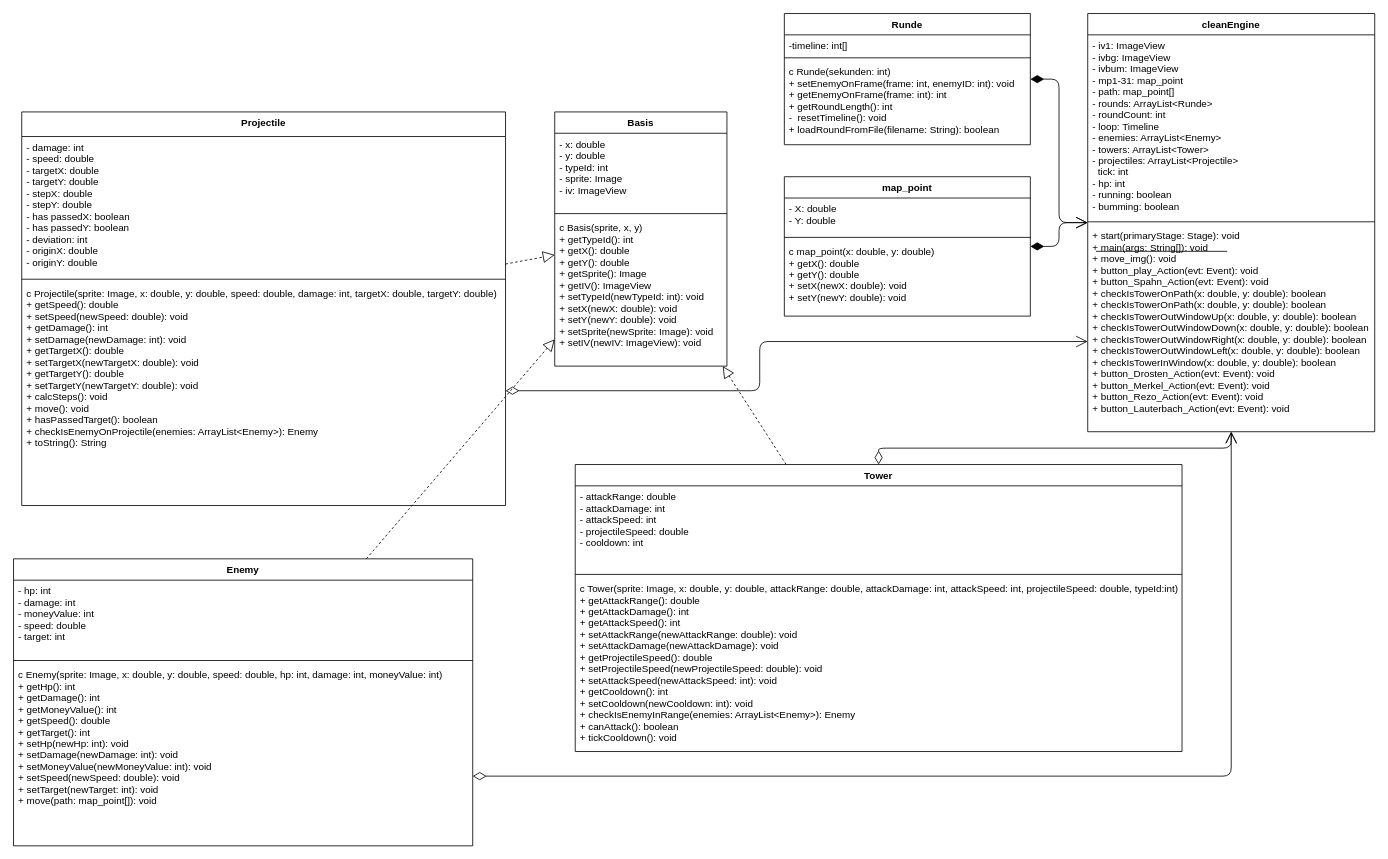
Before: CovDefense.drawio in 0815Sailsman/CovDefense, a draw.io diagram. Source tidied: cells renumbered, new cells numbered last; positions are measured from the earlier drawing's top-left corner, leaving out a move shared by most shapes. Both pictures are drawn from the tidied source at 82%, with x=0, y=0 at pixel (13, 13).
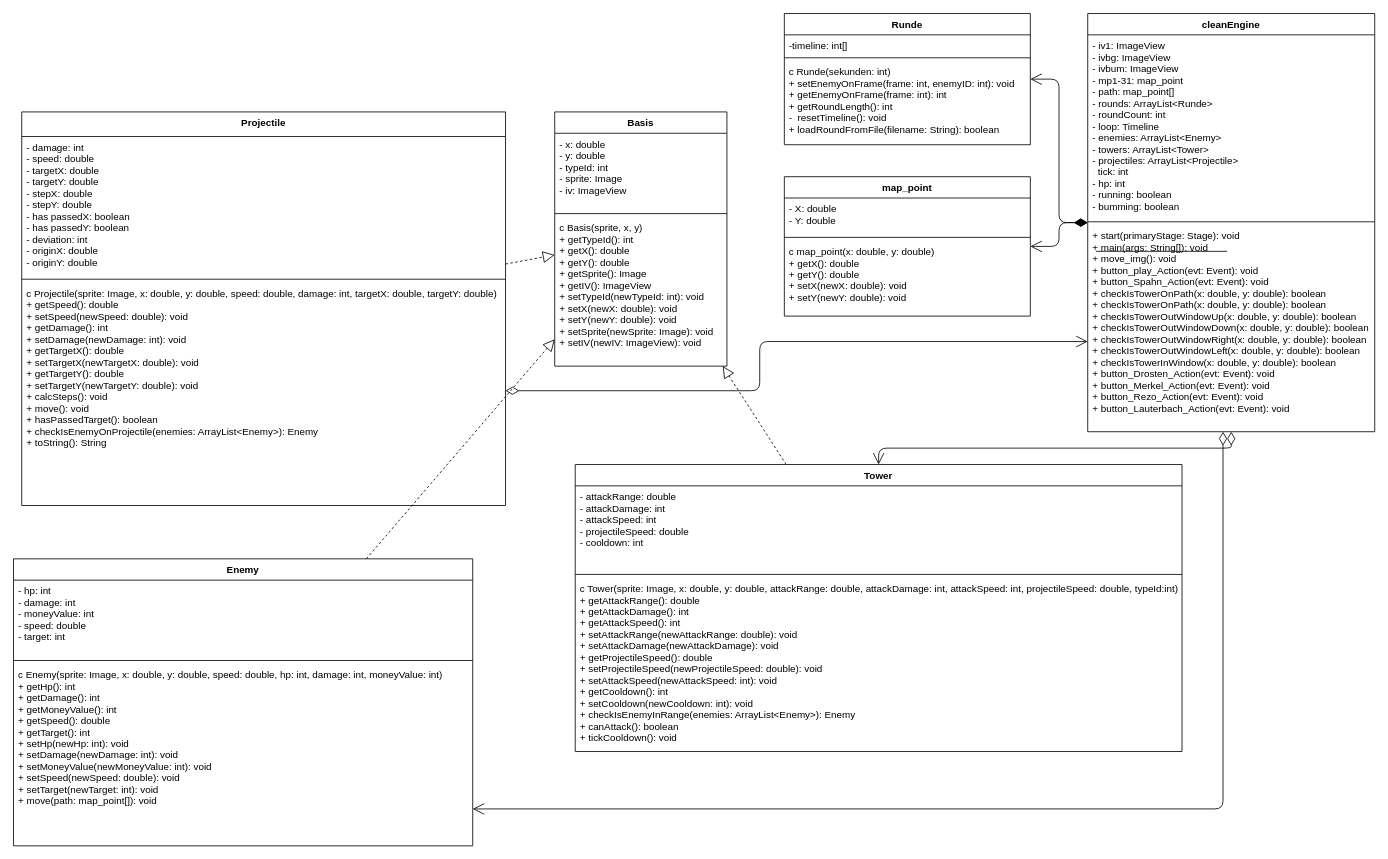
The same diagram, later.

Commit message (it also covers changes not shown here):
umgedrehte pfeile

Unchanged cells that the change refers to:
```xml
<mxCell id="6" value="cleanEngine" style="swimlane;fontStyle=1;align=center;verticalAlign=top;horizontal=1;startSize=26;" parent="1" vertex="1">
  <mxGeometry x="1310" width="350" height="510" as="geometry" />
</mxCell>
<mxCell id="11" value="Tower" style="swimlane;fontStyle=1;align=center;verticalAlign=top;horizontal=1;startSize=26;" parent="1" vertex="1">
  <mxGeometry x="685" y="550" width="740" height="350" as="geometry" />
</mxCell>
<mxCell id="16" value="Enemy" style="swimlane;fontStyle=1;align=center;verticalAlign=top;horizontal=1;startSize=26;" parent="1" vertex="1">
  <mxGeometry y="665" width="560" height="350" as="geometry" />
</mxCell>
<mxCell id="26" value="Runde" style="swimlane;fontStyle=1;align=center;verticalAlign=top;horizontal=1;startSize=26;" parent="1" vertex="1">
  <mxGeometry x="940" width="300" height="160" as="geometry" />
</mxCell>
<mxCell id="30" value="map_point" style="swimlane;fontStyle=1;align=center;verticalAlign=top;horizontal=1;startSize=26;" parent="1" vertex="1">
  <mxGeometry x="940" y="199" width="300" height="170" as="geometry" />
</mxCell>
```

The edit, as a diff of the source:
```diff
@@
-    <mxCell id="35" style="endArrow=open;html=1;endSize=12;startArrow=diamondThin;startSize=14;startFill=0;edgeStyle=orthogonalEdgeStyle;align=left;verticalAlign=bottom;" parent="1" edge="1" source="16" target="6">
+    <mxCell id="35" style="endArrow=open;html=1;endSize=12;startArrow=diamondThin;startSize=14;startFill=0;edgeStyle=orthogonalEdgeStyle;align=left;verticalAlign=bottom;" parent="1" edge="1" source="6" target="16">
       <mxGeometry x="-1" y="3" relative="1" as="geometry">
         <Array as="points">
-          <mxPoint x="1485" y="930" />
+          <mxPoint x="1475" y="970" />
         </Array>
       </mxGeometry>
     </mxCell>
-    <mxCell id="36" style="endArrow=open;html=1;endSize=12;startArrow=diamondThin;startSize=14;startFill=0;edgeStyle=orthogonalEdgeStyle;align=left;verticalAlign=bottom;" parent="1" edge="1" source="11" target="6">
+    <mxCell id="36" style="endArrow=open;html=1;endSize=12;startArrow=diamondThin;startSize=14;startFill=0;edgeStyle=orthogonalEdgeStyle;align=left;verticalAlign=bottom;" parent="1" edge="1" source="6" target="11">
       <mxGeometry x="-1" y="3" relative="1" as="geometry" />
     </mxCell>
-    <mxCell id="37" style="endArrow=open;html=1;endSize=12;startArrow=diamondThin;startSize=14;startFill=1;edgeStyle=orthogonalEdgeStyle;align=left;verticalAlign=bottom;" parent="1" edge="1" source="30" target="6">
+    <mxCell id="37" style="endArrow=open;html=1;endSize=12;startArrow=diamondThin;startSize=14;startFill=1;edgeStyle=orthogonalEdgeStyle;align=left;verticalAlign=bottom;" parent="1" edge="1" source="6" target="30">
       <mxGeometry x="-1" y="3" relative="1" as="geometry" />
     </mxCell>
-    <mxCell id="38" style="endArrow=open;html=1;endSize=12;startArrow=diamondThin;startSize=14;startFill=1;edgeStyle=orthogonalEdgeStyle;align=left;verticalAlign=bottom;" parent="1" edge="1" source="26" target="6">
+    <mxCell id="38" style="endArrow=open;html=1;endSize=12;startArrow=diamondThin;startSize=14;startFill=1;edgeStyle=orthogonalEdgeStyle;align=left;verticalAlign=bottom;" parent="1" edge="1" source="6" target="26">
       <mxGeometry x="-1" y="3" relative="1" as="geometry" />
     </mxCell>
```
